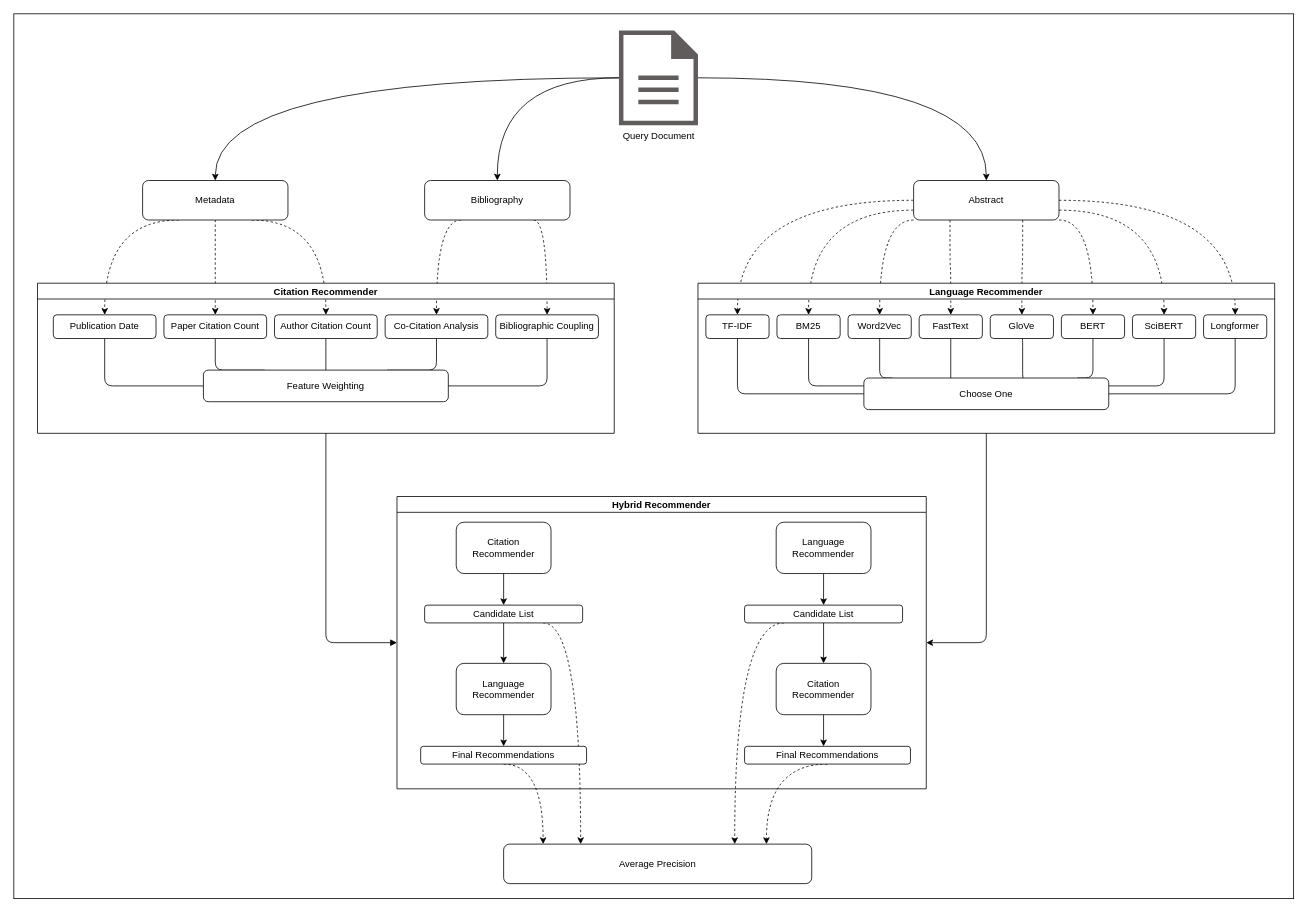
This is static/hybrid-architecture.drawio from joel-beck/readnext, a draw.io file, before an edit. Source tidied: cells renumbered, new cells numbered last; positions are measured from the earlier drawing's top-left corner, leaving out a move shared by most shapes. Both pictures are drawn from the tidied source at 79%, with x=0, y=0 at pixel (13, 13).
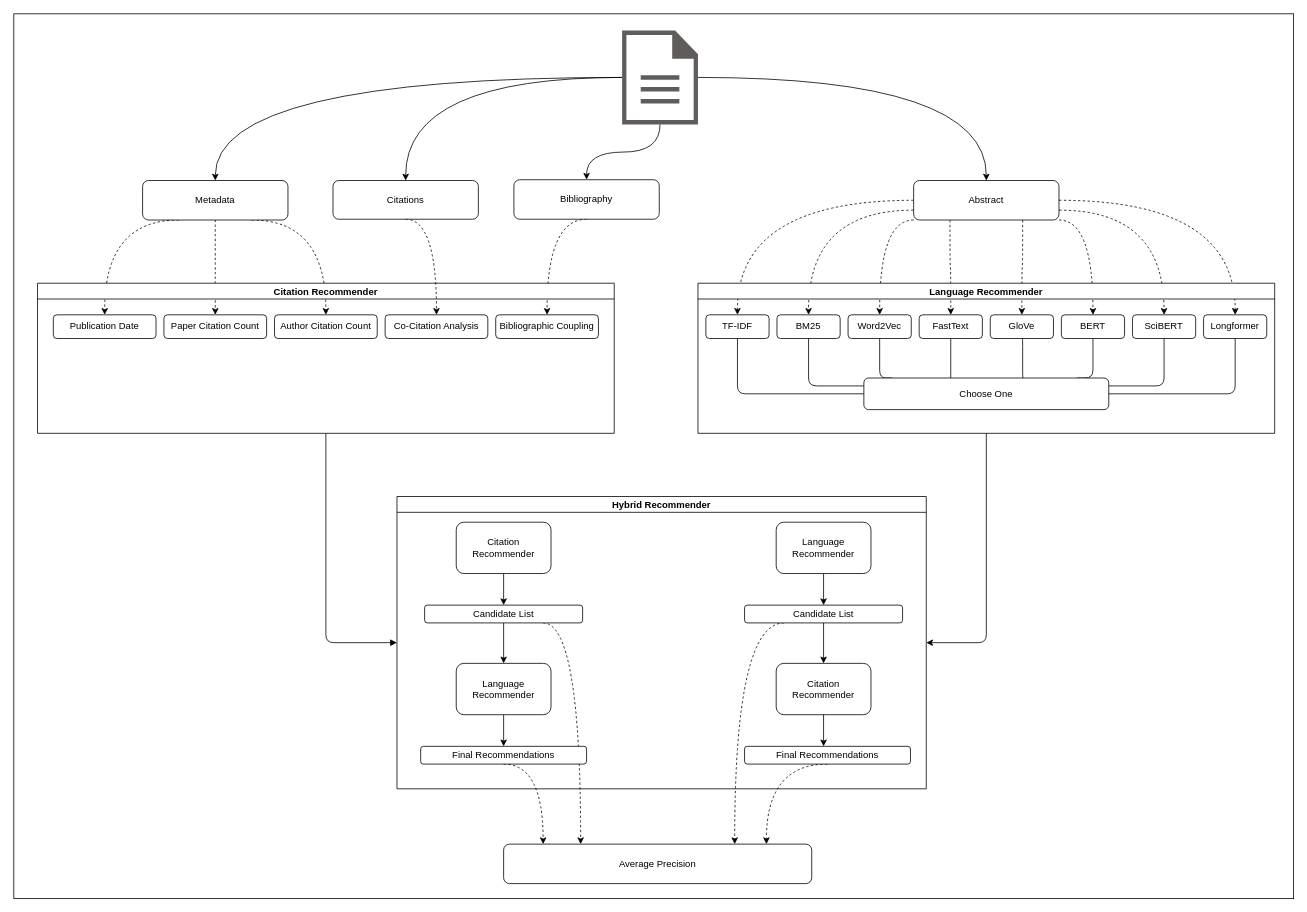
Above is the later version.

Commit message (it also covers changes not shown here):
split co-citation analysis and bibliographic coupling in diagram

Unchanged cells that the change refers to:
```xml
<mxCell id="30" value="Metadata" style="rounded=1;whiteSpace=wrap;html=1;" parent="1" vertex="1">
  <mxGeometry x="163" y="211" width="184" height="50" as="geometry" />
</mxCell>
<mxCell id="31" value="Citation Recommender" style="swimlane;startSize=20;horizontal=1;containerType=tree;newEdgeStyle={&quot;edgeStyle&quot;:&quot;elbowEdgeStyle&quot;,&quot;startArrow&quot;:&quot;none&quot;,&quot;endArrow&quot;:&quot;none&quot;};" parent="1" vertex="1">
  <mxGeometry x="30" y="341" width="730" height="190" as="geometry" />
</mxCell>
<mxCell id="33" value="Publication Date" style="whiteSpace=wrap;html=1;align=center;newEdgeStyle={&quot;edgeStyle&quot;:&quot;elbowEdgeStyle&quot;,&quot;startArrow&quot;:&quot;none&quot;,&quot;endArrow&quot;:&quot;none&quot;};rounded=1;" parent="31" vertex="1">
  <mxGeometry x="20" y="40" width="130" height="30" as="geometry" />
</mxCell>
<mxCell id="35" value="Author Citation Count" style="whiteSpace=wrap;html=1;align=center;newEdgeStyle={&quot;edgeStyle&quot;:&quot;elbowEdgeStyle&quot;,&quot;startArrow&quot;:&quot;none&quot;,&quot;endArrow&quot;:&quot;none&quot;};rounded=1;" parent="31" vertex="1">
  <mxGeometry x="300" y="40" width="130" height="30" as="geometry" />
</mxCell>
<mxCell id="37" value="Co-Citation Analysis" style="whiteSpace=wrap;html=1;align=center;newEdgeStyle={&quot;edgeStyle&quot;:&quot;elbowEdgeStyle&quot;,&quot;startArrow&quot;:&quot;none&quot;,&quot;endArrow&quot;:&quot;none&quot;};rounded=1;" parent="31" vertex="1">
  <mxGeometry x="440" y="40" width="130" height="30" as="geometry" />
</mxCell>
<mxCell id="40" value="Paper Citation Count" style="whiteSpace=wrap;html=1;align=center;newEdgeStyle={&quot;edgeStyle&quot;:&quot;elbowEdgeStyle&quot;,&quot;startArrow&quot;:&quot;none&quot;,&quot;endArrow&quot;:&quot;none&quot;};rounded=1;" parent="31" vertex="1">
  <mxGeometry x="160" y="40" width="130" height="30" as="geometry" />
</mxCell>
```

What changed in the source:
```diff
@@
+    <mxCell id="7" style="edgeStyle=orthogonalEdgeStyle;curved=1;html=1;entryX=0.5;entryY=0;entryDx=0;entryDy=0;strokeColor=default;" parent="1" edge="1" source="8" target="30">
+      <mxGeometry relative="1" as="geometry" />
+    </mxCell>
+    <mxCell id="76" style="edgeStyle=orthogonalEdgeStyle;curved=1;html=1;entryX=0.5;entryY=0;entryDx=0;entryDy=0;" parent="1" edge="1" source="8" target="78">
+      <mxGeometry relative="1" as="geometry" />
+    </mxCell>
-    <mxCell id="6" style="edgeStyle=orthogonalEdgeStyle;curved=1;html=1;strokeColor=default;" parent="1" edge="1" source="8" target="26">
+    <mxCell id="6" style="edgeStyle=orthogonalEdgeStyle;curved=1;html=1;" parent="1" edge="1" source="8" target="26">
       <mxGeometry relative="1" as="geometry" />
     </mxCell>
-    <mxCell id="7" style="edgeStyle=orthogonalEdgeStyle;curved=1;html=1;entryX=0.5;entryY=0;entryDx=0;entryDy=0;strokeColor=default;" parent="1" edge="1" source="8" target="30">
-      <mxGeometry relative="1" as="geometry" />
-    </mxCell>
-    <mxCell id="8" value="Query Document" style="shadow=0;dashed=0;html=1;strokeColor=none;fillColor=#605c5c;labelPosition=center;verticalLabelPosition=bottom;verticalAlign=top;outlineConnect=0;align=center;shape=mxgraph.office.concepts.document;fillStyle=auto;gradientColor=none;" parent="1" vertex="1">
-      <mxGeometry x="766" y="21" width="100" height="120" as="geometry" />
+    <mxCell id="8" style="shadow=0;dashed=0;html=1;strokeColor=none;fillColor=#605c5c;labelPosition=center;verticalLabelPosition=bottom;verticalAlign=top;outlineConnect=0;align=center;shape=mxgraph.office.concepts.document;fillStyle=auto;gradientColor=none;" parent="1" vertex="1">
+      <mxGeometry x="770" y="21" width="96" height="119" as="geometry" />
     </mxCell>
@@
-    <mxCell id="24" style="edgeStyle=orthogonalEdgeStyle;curved=1;html=1;exitX=0.75;exitY=1;exitDx=0;exitDy=0;entryX=0.5;entryY=0;entryDx=0;entryDy=0;dashed=1;strokeColor=default;" parent="1" edge="1" source="26" target="38">
-      <mxGeometry relative="1" as="geometry">
-        <Array as="points">
-          <mxPoint x="675" y="261" />
-        </Array>
-      </mxGeometry>
-    </mxCell>
-    <mxCell id="25" style="edgeStyle=orthogonalEdgeStyle;curved=1;html=1;exitX=0.25;exitY=1;exitDx=0;exitDy=0;entryX=0.5;entryY=0;entryDx=0;entryDy=0;dashed=1;strokeColor=default;" parent="1" edge="1" source="26" target="37">
+    <mxCell id="25" style="edgeStyle=orthogonalEdgeStyle;curved=1;html=1;exitX=0.5;exitY=1;exitDx=0;exitDy=0;entryX=0.5;entryY=0;entryDx=0;entryDy=0;dashed=1;strokeColor=default;" parent="1" edge="1" source="26" target="38">
       <mxGeometry relative="1" as="geometry">
         <Array as="points">
-          <mxPoint x="535" y="261" />
+          <mxPoint x="675" y="260" />
         </Array>
       </mxGeometry>
     </mxCell>
     <mxCell id="26" value="Bibliography" style="rounded=1;whiteSpace=wrap;html=1;" parent="1" vertex="1">
-      <mxGeometry x="520" y="211" width="184" height="50" as="geometry" />
+      <mxGeometry x="633" y="210" width="184" height="50" as="geometry" />
     </mxCell>
@@
-    <mxCell id="32" style="edgeStyle=elbowEdgeStyle;html=1;startArrow=none;endArrow=none;exitX=0.5;exitY=1;exitDx=0;exitDy=0;entryX=0;entryY=0.5;entryDx=0;entryDy=0;" parent="31" edge="1" source="33" target="41">
-      <mxGeometry relative="1" as="geometry">
-        <Array as="points">
-          <mxPoint x="85" y="120" />
-        </Array>
-      </mxGeometry>
-    </mxCell>
@@
-    <mxCell id="34" style="edgeStyle=elbowEdgeStyle;html=1;startArrow=none;endArrow=none;exitX=0.5;exitY=1;exitDx=0;exitDy=0;entryX=0.5;entryY=0;entryDx=0;entryDy=0;" parent="31" edge="1" source="35" target="41">
-      <mxGeometry relative="1" as="geometry" />
-    </mxCell>
@@
-    <mxCell id="36" style="edgeStyle=elbowEdgeStyle;html=1;startArrow=none;endArrow=none;exitX=0.5;exitY=1;exitDx=0;exitDy=0;entryX=0.75;entryY=0;entryDx=0;entryDy=0;" parent="31" edge="1" source="37" target="41">
-      <mxGeometry relative="1" as="geometry">
-        <Array as="points">
-          <mxPoint x="505" y="90" />
-        </Array>
-      </mxGeometry>
-    </mxCell>
@@
-    <mxCell id="38" value="Bibliographic Coupling" style="whiteSpace=wrap;html=1;align=center;newEdgeStyle={&quot;edgeStyle&quot;:&quot;elbowEdgeStyle&quot;,&quot;startArrow&quot;:&quot;none&quot;,&quot;endArrow&quot;:&quot;none&quot;};rounded=1;" parent="31" vertex="1">
+    <mxCell id="38" value="Bibliographic Coupling" style="whiteSpace=wrap;html=1;align=center;newEdgeStyle={&quot;edgeStyle&quot;:&quot;elbowEdgeStyle&quot;,&quot;startArrow&quot;:&quot;none&quot;,&quot;endArrow&quot;:&quot;none&quot;};rounded=1;" parent="31" vertex="1" collapsed="1">
       <mxGeometry x="580" y="40" width="130" height="30" as="geometry" />
     </mxCell>
-    <mxCell id="39" style="edgeStyle=elbowEdgeStyle;html=1;startArrow=none;endArrow=none;exitX=0.5;exitY=1;exitDx=0;exitDy=0;entryX=0.25;entryY=0;entryDx=0;entryDy=0;" parent="31" edge="1" source="40" target="41">
-      <mxGeometry relative="1" as="geometry">
-        <Array as="points">
-          <mxPoint x="225" y="100" />
-        </Array>
-      </mxGeometry>
-    </mxCell>
@@
-    <mxCell id="41" value="Feature Weighting" style="rounded=1;whiteSpace=wrap;html=1;" parent="31" vertex="1">
-      <mxGeometry x="210" y="110" width="310" height="40" as="geometry" />
-    </mxCell>
-    <mxCell id="42" style="edgeStyle=elbowEdgeStyle;html=1;startArrow=none;endArrow=none;exitX=0.5;exitY=1;exitDx=0;exitDy=0;entryX=1;entryY=0.5;entryDx=0;entryDy=0;" parent="31" edge="1" source="38" target="41">
-      <mxGeometry relative="1" as="geometry">
-        <Array as="points">
-          <mxPoint x="645" y="130" />
-        </Array>
-      </mxGeometry>
-    </mxCell>
@@
+    <mxCell id="77" style="edgeStyle=orthogonalEdgeStyle;html=1;exitX=0.5;exitY=1;exitDx=0;exitDy=0;entryX=0.5;entryY=0;entryDx=0;entryDy=0;curved=1;dashed=1;" parent="1" edge="1" source="78" target="37">
+      <mxGeometry relative="1" as="geometry">
+        <Array as="points">
+          <mxPoint x="535" y="260" />
+        </Array>
+      </mxGeometry>
+    </mxCell>
+    <mxCell id="78" value="Citations" style="rounded=1;whiteSpace=wrap;html=1;" parent="1" vertex="1">
+      <mxGeometry x="404" y="211" width="184" height="49" as="geometry" />
+    </mxCell>
```
